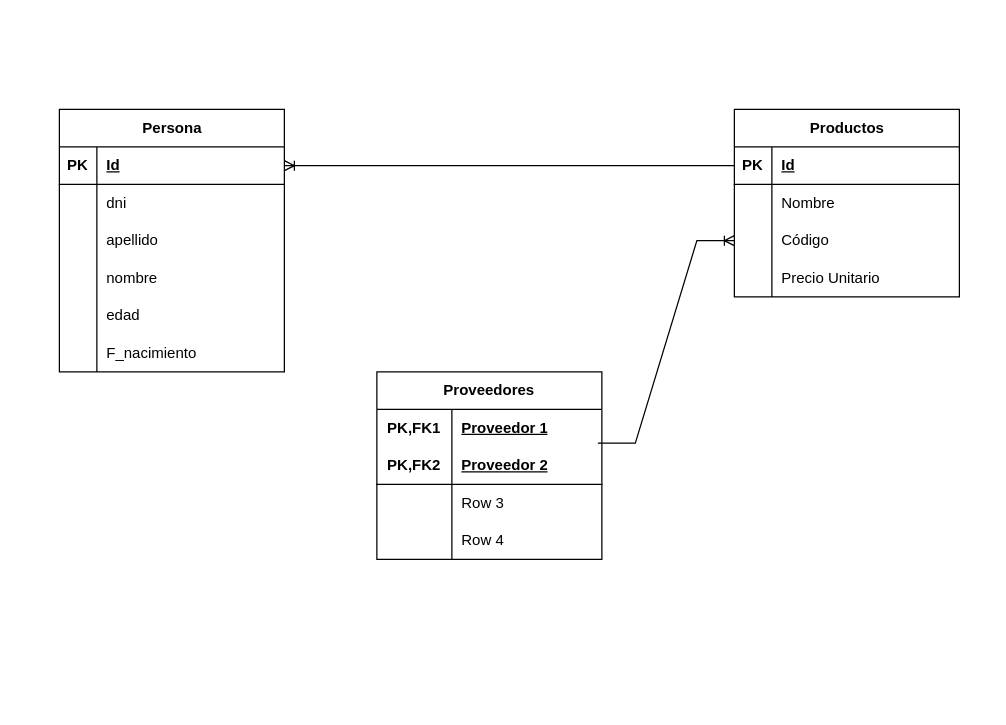
This is Diagrama2.drawio from MateoBorrero8/Yo., a draw.io file, before an edit. Source tidied: cells renumbered, new cells numbered last; positions are measured from the earlier drawing's top-left corner, leaving out a move shared by most shapes. Both pictures are drawn from the tidied source at 125%, with x=0, y=0 at pixel (59, 109).
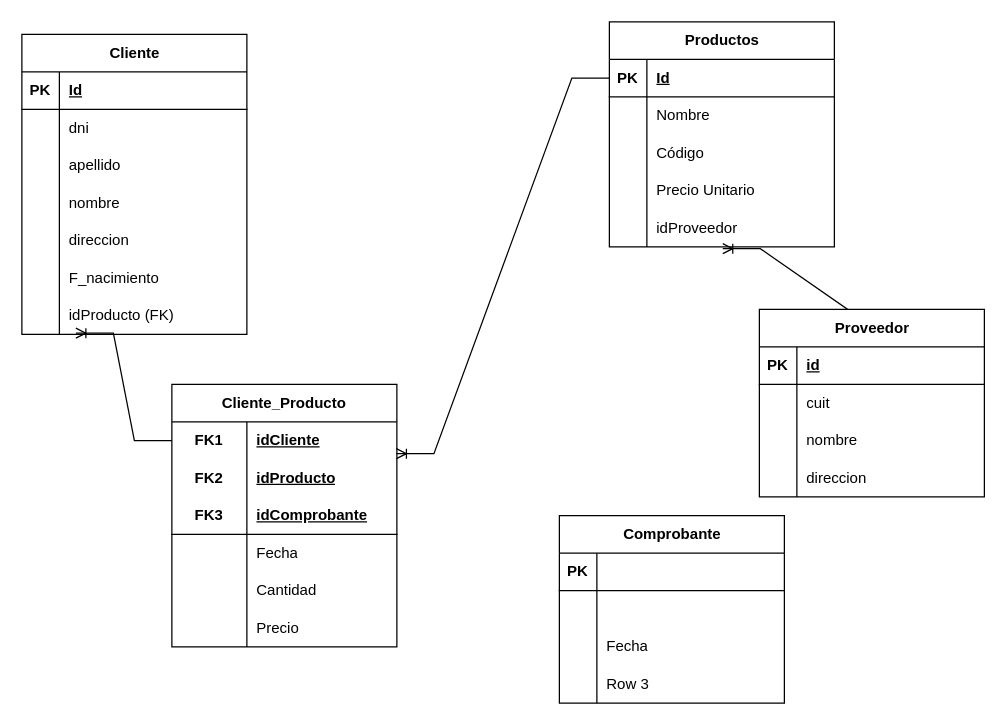
After the change.

Unchanged cells that the change refers to:
```xml
<mxCell id="3" style="shape=tableRow;horizontal=0;startSize=0;swimlaneHead=0;swimlaneBody=0;fillColor=none;points=[[0,0.5],[1,0.5]];portConstraint=eastwest;top=0;left=0;right=0;bottom=1;" parent="2" vertex="1">
  <mxGeometry y="30" width="180" height="30" as="geometry" />
</mxCell>
<mxCell id="15" style="shape=tableRow;horizontal=0;startSize=0;swimlaneHead=0;swimlaneBody=0;fillColor=none;top=0;left=0;right=0;bottom=0;" parent="2" vertex="1">
  <mxGeometry y="150" width="180" height="30" as="geometry" />
</mxCell>
<mxCell id="35" style="shape=tableRow;horizontal=0;startSize=0;swimlaneHead=0;swimlaneBody=0;fillColor=none;points=[[0,0.5],[1,0.5]];portConstraint=eastwest;top=0;left=0;right=0;bottom=1;" parent="34" vertex="1">
  <mxGeometry y="30" width="180" height="30" as="geometry" />
</mxCell>
<mxCell id="41" style="shape=tableRow;horizontal=0;startSize=0;swimlaneHead=0;swimlaneBody=0;fillColor=none;points=[[0,0.5],[1,0.5]];portConstraint=eastwest;top=0;left=0;right=0;bottom=0;" parent="34" vertex="1">
  <mxGeometry y="90" width="180" height="30" as="geometry" />
</mxCell>
```

Change to the diagram source:
```diff
@@
-    <mxCell id="2" value="Persona" style="shape=table;startSize=30;childLayout=tableLayout;rowLines=0;fontStyle=1;align=center;html=1;" parent="1" vertex="1">
-      <mxGeometry width="180" height="210" as="geometry" />
+    <mxCell id="2" value="Cliente" style="shape=table;startSize=30;childLayout=tableLayout;rowLines=0;fontStyle=1;align=center;html=1;" parent="1" vertex="1">
+      <mxGeometry x="-30" y="-60" width="180" height="240" as="geometry" />
     </mxCell>
@@
-    <mxCell id="17" value="edad" style="shape=partialRectangle;fillColor=none;top=0;left=0;bottom=0;right=0;align=left;spacingLeft=6;overflow=hidden;whiteSpace=wrap;html=1;" parent="15" vertex="1">
+    <mxCell id="17" value="direccion" style="shape=partialRectangle;fillColor=none;top=0;left=0;bottom=0;right=0;align=left;spacingLeft=6;overflow=hidden;whiteSpace=wrap;html=1;" parent="15" vertex="1">
       <mxGeometry x="30" width="150" height="30" as="geometry" />
     </mxCell>
@@
-    <mxCell id="21" value="Proveedores" style="shape=table;startSize=30;childLayout=tableLayout;rowLines=0;fontStyle=1;align=center;html=1;whiteSpace=wrap;" parent="1" vertex="1">
-      <mxGeometry x="254" y="210" width="180" height="150" as="geometry" />
-    </mxCell>
-    <mxCell id="22" style="shape=tableRow;horizontal=0;startSize=0;swimlaneHead=0;swimlaneBody=0;fillColor=none;points=[[0,0.5],[1,0.5]];portConstraint=eastwest;top=0;left=0;right=0;bottom=0;html=1;" parent="21" vertex="1">
-      <mxGeometry y="30" width="180" height="30" as="geometry" />
-    </mxCell>
-    <mxCell id="23" value="PK,FK1" style="shape=partialRectangle;fillColor=none;top=0;left=0;bottom=0;right=0;fontStyle=1;overflow=hidden;html=1;whiteSpace=wrap;" parent="22" vertex="1">
-      <mxGeometry width="60" height="30" as="geometry" />
-    </mxCell>
-    <mxCell id="24" value="Proveedor 1" style="shape=partialRectangle;fillColor=none;top=0;left=0;bottom=0;right=0;align=left;spacingLeft=6;fontStyle=5;overflow=hidden;html=1;whiteSpace=wrap;" parent="22" vertex="1">
-      <mxGeometry x="60" width="120" height="30" as="geometry" />
-    </mxCell>
-    <mxCell id="25" style="shape=tableRow;horizontal=0;startSize=0;swimlaneHead=0;swimlaneBody=0;fillColor=none;top=0;left=0;right=0;bottom=1;html=1;" parent="21" vertex="1">
-      <mxGeometry y="60" width="180" height="30" as="geometry" />
-    </mxCell>
-    <mxCell id="26" value="PK,FK2" style="shape=partialRectangle;fillColor=none;top=0;left=0;bottom=0;right=0;fontStyle=1;overflow=hidden;html=1;whiteSpace=wrap;" parent="25" vertex="1">
-      <mxGeometry width="60" height="30" as="geometry" />
-    </mxCell>
-    <mxCell id="27" value="Proveedor 2" style="shape=partialRectangle;fillColor=none;top=0;left=0;bottom=0;right=0;align=left;spacingLeft=6;fontStyle=5;overflow=hidden;html=1;whiteSpace=wrap;" parent="25" vertex="1">
-      <mxGeometry x="60" width="120" height="30" as="geometry" />
-    </mxCell>
-    <mxCell id="28" style="shape=tableRow;horizontal=0;startSize=0;swimlaneHead=0;swimlaneBody=0;fillColor=none;top=0;left=0;right=0;bottom=0;html=1;" parent="21" vertex="1">
-      <mxGeometry y="90" width="180" height="30" as="geometry" />
-    </mxCell>
-    <mxCell id="29" style="shape=partialRectangle;fillColor=none;top=0;left=0;bottom=0;right=0;overflow=hidden;html=1;whiteSpace=wrap;" parent="28" vertex="1">
-      <mxGeometry width="60" height="30" as="geometry" />
-    </mxCell>
-    <mxCell id="30" value="Row 3" style="shape=partialRectangle;fillColor=none;top=0;left=0;bottom=0;right=0;align=left;spacingLeft=6;overflow=hidden;html=1;whiteSpace=wrap;" parent="28" vertex="1">
-      <mxGeometry x="60" width="120" height="30" as="geometry" />
-    </mxCell>
-    <mxCell id="31" style="shape=tableRow;horizontal=0;startSize=0;swimlaneHead=0;swimlaneBody=0;fillColor=none;top=0;left=0;right=0;bottom=0;html=1;" parent="21" vertex="1">
-      <mxGeometry y="120" width="180" height="30" as="geometry" />
-    </mxCell>
-    <mxCell id="32" style="shape=partialRectangle;fillColor=none;top=0;left=0;bottom=0;right=0;overflow=hidden;html=1;whiteSpace=wrap;" parent="31" vertex="1">
-      <mxGeometry width="60" height="30" as="geometry" />
-    </mxCell>
-    <mxCell id="33" value="Row 4" style="shape=partialRectangle;fillColor=none;top=0;left=0;bottom=0;right=0;align=left;spacingLeft=6;overflow=hidden;html=1;whiteSpace=wrap;" parent="31" vertex="1">
-      <mxGeometry x="60" width="120" height="30" as="geometry" />
-    </mxCell>
+    <mxCell id="49" style="shape=tableRow;horizontal=0;startSize=0;swimlaneHead=0;swimlaneBody=0;fillColor=none;points=[[0,0.5],[1,0.5]];portConstraint=eastwest;top=0;left=0;right=0;bottom=0;" parent="2" vertex="1">
+      <mxGeometry y="210" width="180" height="30" as="geometry" />
+    </mxCell>
+    <mxCell id="50" style="shape=partialRectangle;fillColor=none;top=0;left=0;bottom=0;right=0;overflow=hidden;whiteSpace=wrap;html=1;" parent="49" vertex="1">
+      <mxGeometry width="30" height="30" as="geometry" />
+    </mxCell>
+    <mxCell id="51" value="idProducto (FK)" style="shape=partialRectangle;fillColor=none;top=0;left=0;bottom=0;right=0;align=left;spacingLeft=6;overflow=hidden;whiteSpace=wrap;html=1;" parent="49" vertex="1">
+      <mxGeometry x="30" width="150" height="30" as="geometry" />
+    </mxCell>
     <mxCell id="34" value="Productos" style="shape=table;startSize=30;childLayout=tableLayout;rowLines=0;fontStyle=1;align=center;html=1;" parent="1" vertex="1">
-      <mxGeometry x="540" width="180" height="150" as="geometry" />
+      <mxGeometry x="440" y="-70" width="180" height="180" as="geometry" />
     </mxCell>
@@
+    <mxCell id="52" style="shape=tableRow;horizontal=0;startSize=0;swimlaneHead=0;swimlaneBody=0;fillColor=none;points=[[0,0.5],[1,0.5]];portConstraint=eastwest;top=0;left=0;right=0;bottom=0;" parent="34" vertex="1">
+      <mxGeometry y="150" width="180" height="30" as="geometry" />
+    </mxCell>
+    <mxCell id="53" style="shape=partialRectangle;fillColor=none;top=0;left=0;bottom=0;right=0;overflow=hidden;whiteSpace=wrap;html=1;" parent="52" vertex="1">
+      <mxGeometry width="30" height="30" as="geometry" />
+    </mxCell>
+    <mxCell id="54" value="idProveedor" style="shape=partialRectangle;fillColor=none;top=0;left=0;bottom=0;right=0;align=left;spacingLeft=6;overflow=hidden;whiteSpace=wrap;html=1;" parent="52" vertex="1">
+      <mxGeometry x="30" width="150" height="30" as="geometry" />
+    </mxCell>
-    <mxCell id="47" style="edgeStyle=entityRelationEdgeStyle;fontSize=12;html=1;endArrow=ERoneToMany;rounded=0;entryX=1;entryY=0.5;entryDx=0;entryDy=0;exitX=0;exitY=0.5;exitDx=0;exitDy=0;" parent="1" edge="1" source="35" target="3">
+    <mxCell id="47" style="edgeStyle=entityRelationEdgeStyle;fontSize=12;html=1;endArrow=ERoneToMany;rounded=0;entryX=0.998;entryY=0.847;entryDx=0;entryDy=0;exitX=0;exitY=0.5;exitDx=0;exitDy=0;entryPerimeter=0;" parent="1" edge="1" source="35" target="22">
       <mxGeometry relative="1" as="geometry" />
     </mxCell>
-    <mxCell id="48" style="edgeStyle=entityRelationEdgeStyle;fontSize=12;html=1;endArrow=ERoneToMany;rounded=0;exitX=0.982;exitY=0.9;exitDx=0;exitDy=0;exitPerimeter=0;entryX=0;entryY=0.5;entryDx=0;entryDy=0;" parent="1" edge="1" source="22" target="41">
+    <mxCell id="48" style="edgeStyle=entityRelationEdgeStyle;fontSize=12;html=1;endArrow=ERoneToMany;rounded=0;exitX=0.589;exitY=0.025;exitDx=0;exitDy=0;exitPerimeter=0;entryX=0.504;entryY=1.047;entryDx=0;entryDy=0;entryPerimeter=0;" parent="1" edge="1" source="55" target="52">
       <mxGeometry relative="1" as="geometry" />
     </mxCell>
+    <mxCell id="55" value="Proveedor" style="shape=table;startSize=30;childLayout=tableLayout;rowLines=0;fontStyle=1;align=center;html=1;" parent="1" vertex="1">
+      <mxGeometry x="560" y="160" width="180" height="150" as="geometry" />
+    </mxCell>
+    <mxCell id="56" style="shape=tableRow;horizontal=0;startSize=0;swimlaneHead=0;swimlaneBody=0;fillColor=none;top=0;left=0;right=0;bottom=1;" parent="55" vertex="1">
+      <mxGeometry y="30" width="180" height="30" as="geometry" />
+    </mxCell>
+    <mxCell id="57" value="PK" style="shape=partialRectangle;fillColor=none;top=0;left=0;bottom=0;right=0;fontStyle=1;overflow=hidden;whiteSpace=wrap;html=1;" parent="56" vertex="1">
+      <mxGeometry width="30" height="30" as="geometry" />
+    </mxCell>
+    <mxCell id="58" value="id" style="shape=partialRectangle;fillColor=none;top=0;left=0;bottom=0;right=0;align=left;spacingLeft=6;fontStyle=5;overflow=hidden;whiteSpace=wrap;html=1;" parent="56" vertex="1">
+      <mxGeometry x="30" width="150" height="30" as="geometry" />
+    </mxCell>
+    <mxCell id="59" style="shape=tableRow;horizontal=0;startSize=0;swimlaneHead=0;swimlaneBody=0;fillColor=none;top=0;left=0;right=0;bottom=0;" parent="55" vertex="1">
+      <mxGeometry y="60" width="180" height="30" as="geometry" />
+    </mxCell>
+    <mxCell id="60" style="shape=partialRectangle;fillColor=none;top=0;left=0;bottom=0;right=0;overflow=hidden;whiteSpace=wrap;html=1;" parent="59" vertex="1">
+      <mxGeometry width="30" height="30" as="geometry" />
+    </mxCell>
+    <mxCell id="61" value="cuit" style="shape=partialRectangle;fillColor=none;top=0;left=0;bottom=0;right=0;align=left;spacingLeft=6;overflow=hidden;whiteSpace=wrap;html=1;" parent="59" vertex="1">
+      <mxGeometry x="30" width="150" height="30" as="geometry" />
+    </mxCell>
+    <mxCell id="62" style="shape=tableRow;horizontal=0;startSize=0;swimlaneHead=0;swimlaneBody=0;fillColor=none;top=0;left=0;right=0;bottom=0;" parent="55" vertex="1">
+      <mxGeometry y="90" width="180" height="30" as="geometry" />
+    </mxCell>
+    <mxCell id="63" style="shape=partialRectangle;fillColor=none;top=0;left=0;bottom=0;right=0;overflow=hidden;whiteSpace=wrap;html=1;" parent="62" vertex="1">
+      <mxGeometry width="30" height="30" as="geometry" />
+    </mxCell>
+    <mxCell id="64" value="nombre" style="shape=partialRectangle;fillColor=none;top=0;left=0;bottom=0;right=0;align=left;spacingLeft=6;overflow=hidden;whiteSpace=wrap;html=1;" parent="62" vertex="1">
+      <mxGeometry x="30" width="150" height="30" as="geometry" />
+    </mxCell>
+    <mxCell id="65" style="shape=tableRow;horizontal=0;startSize=0;swimlaneHead=0;swimlaneBody=0;fillColor=none;top=0;left=0;right=0;bottom=0;" parent="55" vertex="1">
+      <mxGeometry y="120" width="180" height="30" as="geometry" />
+    </mxCell>
+    <mxCell id="66" style="shape=partialRectangle;fillColor=none;top=0;left=0;bottom=0;right=0;overflow=hidden;whiteSpace=wrap;html=1;" parent="65" vertex="1">
+      <mxGeometry width="30" height="30" as="geometry" />
+    </mxCell>
+    <mxCell id="67" value="direccion" style="shape=partialRectangle;fillColor=none;top=0;left=0;bottom=0;right=0;align=left;spacingLeft=6;overflow=hidden;whiteSpace=wrap;html=1;" parent="65" vertex="1">
+      <mxGeometry x="30" width="150" height="30" as="geometry" />
+    </mxCell>
+    <mxCell id="68" value="Cliente_Producto" style="shape=table;startSize=30;childLayout=tableLayout;rowLines=0;fontStyle=1;align=center;html=1;whiteSpace=wrap;" parent="1" vertex="1">
+      <mxGeometry x="90" y="220" width="180" height="210" as="geometry" />
+    </mxCell>
+    <mxCell id="22" style="shape=tableRow;horizontal=0;startSize=0;swimlaneHead=0;swimlaneBody=0;fillColor=none;points=[[0,0.5],[1,0.5]];portConstraint=eastwest;top=0;left=0;right=0;bottom=0;html=1;" parent="68" vertex="1">
+      <mxGeometry y="30" width="180" height="30" as="geometry" />
+    </mxCell>
+    <mxCell id="69" value="FK1" style="shape=partialRectangle;fillColor=none;top=0;left=0;bottom=0;right=0;fontStyle=1;overflow=hidden;html=1;whiteSpace=wrap;" parent="22" vertex="1">
+      <mxGeometry width="60" height="30" as="geometry" />
+    </mxCell>
+    <mxCell id="70" value="idCliente" style="shape=partialRectangle;fillColor=none;top=0;left=0;bottom=0;right=0;align=left;spacingLeft=6;fontStyle=5;overflow=hidden;html=1;whiteSpace=wrap;" parent="22" vertex="1">
+      <mxGeometry x="60" width="120" height="30" as="geometry" />
+    </mxCell>
+    <mxCell id="71" style="shape=tableRow;horizontal=0;startSize=0;swimlaneHead=0;swimlaneBody=0;fillColor=none;top=0;left=0;right=0;bottom=0;html=1;" parent="68" vertex="1">
+      <mxGeometry y="60" width="180" height="30" as="geometry" />
+    </mxCell>
+    <mxCell id="72" value="FK2" style="shape=partialRectangle;fillColor=none;top=0;left=0;bottom=0;right=0;fontStyle=1;overflow=hidden;html=1;whiteSpace=wrap;" parent="71" vertex="1">
+      <mxGeometry width="60" height="30" as="geometry" />
+    </mxCell>
+    <mxCell id="73" value="idProducto" style="shape=partialRectangle;fillColor=none;top=0;left=0;bottom=0;right=0;align=left;spacingLeft=6;fontStyle=5;overflow=hidden;html=1;whiteSpace=wrap;" parent="71" vertex="1">
+      <mxGeometry x="60" width="120" height="30" as="geometry" />
+    </mxCell>
+    <mxCell id="74" style="shape=tableRow;horizontal=0;startSize=0;swimlaneHead=0;swimlaneBody=0;fillColor=none;top=0;left=0;right=0;bottom=1;html=1;" parent="68" vertex="1">
+      <mxGeometry y="90" width="180" height="30" as="geometry" />
+    </mxCell>
+    <mxCell id="75" value="FK3" style="shape=partialRectangle;fillColor=none;top=0;left=0;bottom=0;right=0;fontStyle=1;overflow=hidden;html=1;whiteSpace=wrap;" parent="74" vertex="1">
+      <mxGeometry width="60" height="30" as="geometry" />
+    </mxCell>
+    <mxCell id="76" value="idComprobante" style="shape=partialRectangle;fillColor=none;top=0;left=0;bottom=0;right=0;align=left;spacingLeft=6;fontStyle=5;overflow=hidden;html=1;whiteSpace=wrap;" parent="74" vertex="1">
+      <mxGeometry x="60" width="120" height="30" as="geometry" />
+    </mxCell>
+    <mxCell id="31" style="shape=tableRow;horizontal=0;startSize=0;swimlaneHead=0;swimlaneBody=0;fillColor=none;top=0;left=0;right=0;bottom=0;html=1;" parent="68" vertex="1">
+      <mxGeometry y="120" width="180" height="30" as="geometry" />
+    </mxCell>
+    <mxCell id="77" style="shape=partialRectangle;fillColor=none;top=0;left=0;bottom=0;right=0;overflow=hidden;html=1;whiteSpace=wrap;" parent="31" vertex="1">
+      <mxGeometry width="60" height="30" as="geometry" />
+    </mxCell>
+    <mxCell id="78" value="Fecha" style="shape=partialRectangle;fillColor=none;top=0;left=0;bottom=0;right=0;align=left;spacingLeft=6;overflow=hidden;html=1;whiteSpace=wrap;" parent="31" vertex="1">
+      <mxGeometry x="60" width="120" height="30" as="geometry" />
+    </mxCell>
+    <mxCell id="79" style="shape=tableRow;horizontal=0;startSize=0;swimlaneHead=0;swimlaneBody=0;fillColor=none;top=0;left=0;right=0;bottom=0;html=1;" parent="68" vertex="1">
+      <mxGeometry y="150" width="180" height="30" as="geometry" />
+    </mxCell>
+    <mxCell id="80" style="shape=partialRectangle;fillColor=none;top=0;left=0;bottom=0;right=0;overflow=hidden;html=1;whiteSpace=wrap;" parent="79" vertex="1">
+      <mxGeometry width="60" height="30" as="geometry" />
+    </mxCell>
+    <mxCell id="81" value="Cantidad" style="shape=partialRectangle;fillColor=none;top=0;left=0;bottom=0;right=0;align=left;spacingLeft=6;overflow=hidden;html=1;whiteSpace=wrap;" parent="79" vertex="1">
+      <mxGeometry x="60" width="120" height="30" as="geometry" />
+    </mxCell>
+    <mxCell id="82" style="shape=tableRow;horizontal=0;startSize=0;swimlaneHead=0;swimlaneBody=0;fillColor=none;top=0;left=0;right=0;bottom=0;html=1;" parent="68" vertex="1">
+      <mxGeometry y="180" width="180" height="30" as="geometry" />
+    </mxCell>
+    <mxCell id="83" style="shape=partialRectangle;fillColor=none;top=0;left=0;bottom=0;right=0;overflow=hidden;html=1;whiteSpace=wrap;" parent="82" vertex="1">
+      <mxGeometry width="60" height="30" as="geometry" />
+    </mxCell>
+    <mxCell id="84" value="Precio" style="shape=partialRectangle;fillColor=none;top=0;left=0;bottom=0;right=0;align=left;spacingLeft=6;overflow=hidden;html=1;whiteSpace=wrap;" parent="82" vertex="1">
+      <mxGeometry x="60" width="120" height="30" as="geometry" />
+    </mxCell>
+    <mxCell id="85" style="edgeStyle=entityRelationEdgeStyle;fontSize=12;html=1;endArrow=ERoneToMany;rounded=0;entryX=0.24;entryY=0.967;entryDx=0;entryDy=0;entryPerimeter=0;exitX=0;exitY=0.5;exitDx=0;exitDy=0;" parent="1" edge="1" source="22" target="49">
+      <mxGeometry relative="1" as="geometry" />
+    </mxCell>
+    <mxCell id="86" value="Comprobante" style="shape=table;startSize=30;childLayout=tableLayout;rowLines=0;fontStyle=1;align=center;html=1;" parent="1" vertex="1">
+      <mxGeometry x="400" y="325" width="180" height="150" as="geometry" />
+    </mxCell>
+    <mxCell id="87" style="shape=tableRow;horizontal=0;startSize=0;swimlaneHead=0;swimlaneBody=0;fillColor=none;top=0;left=0;right=0;bottom=1;" parent="86" vertex="1">
+      <mxGeometry y="30" width="180" height="30" as="geometry" />
+    </mxCell>
+    <mxCell id="88" value="PK" style="shape=partialRectangle;fillColor=none;top=0;left=0;bottom=0;right=0;fontStyle=1;overflow=hidden;whiteSpace=wrap;html=1;" parent="87" vertex="1">
+      <mxGeometry width="30" height="30" as="geometry" />
+    </mxCell>
+    <mxCell id="89" style="shape=partialRectangle;fillColor=none;top=0;left=0;bottom=0;right=0;align=left;spacingLeft=6;fontStyle=5;overflow=hidden;whiteSpace=wrap;html=1;" parent="87" vertex="1">
+      <mxGeometry x="30" width="150" height="30" as="geometry" />
+    </mxCell>
+    <mxCell id="90" style="shape=tableRow;horizontal=0;startSize=0;swimlaneHead=0;swimlaneBody=0;fillColor=none;top=0;left=0;right=0;bottom=0;" parent="86" vertex="1">
+      <mxGeometry y="60" width="180" height="30" as="geometry" />
+    </mxCell>
+    <mxCell id="91" style="shape=partialRectangle;fillColor=none;top=0;left=0;bottom=0;right=0;overflow=hidden;whiteSpace=wrap;html=1;" parent="90" vertex="1">
+      <mxGeometry width="30" height="30" as="geometry" />
+    </mxCell>
+    <mxCell id="92" style="shape=partialRectangle;fillColor=none;top=0;left=0;bottom=0;right=0;align=left;spacingLeft=6;overflow=hidden;whiteSpace=wrap;html=1;" parent="90" vertex="1">
+      <mxGeometry x="30" width="150" height="30" as="geometry" />
+    </mxCell>
+    <mxCell id="93" style="shape=tableRow;horizontal=0;startSize=0;swimlaneHead=0;swimlaneBody=0;fillColor=none;top=0;left=0;right=0;bottom=0;" parent="86" vertex="1">
+      <mxGeometry y="90" width="180" height="30" as="geometry" />
+    </mxCell>
+    <mxCell id="94" style="shape=partialRectangle;fillColor=none;top=0;left=0;bottom=0;right=0;overflow=hidden;whiteSpace=wrap;html=1;" parent="93" vertex="1">
+      <mxGeometry width="30" height="30" as="geometry" />
+    </mxCell>
+    <mxCell id="95" value="Fecha" style="shape=partialRectangle;fillColor=none;top=0;left=0;bottom=0;right=0;align=left;spacingLeft=6;overflow=hidden;whiteSpace=wrap;html=1;" parent="93" vertex="1">
+      <mxGeometry x="30" width="150" height="30" as="geometry" />
+    </mxCell>
+    <mxCell id="96" style="shape=tableRow;horizontal=0;startSize=0;swimlaneHead=0;swimlaneBody=0;fillColor=none;top=0;left=0;right=0;bottom=0;" parent="86" vertex="1">
+      <mxGeometry y="120" width="180" height="30" as="geometry" />
+    </mxCell>
+    <mxCell id="97" style="shape=partialRectangle;fillColor=none;top=0;left=0;bottom=0;right=0;overflow=hidden;whiteSpace=wrap;html=1;" parent="96" vertex="1">
+      <mxGeometry width="30" height="30" as="geometry" />
+    </mxCell>
+    <mxCell id="30" value="Row 3" style="shape=partialRectangle;fillColor=none;top=0;left=0;bottom=0;right=0;align=left;spacingLeft=6;overflow=hidden;whiteSpace=wrap;html=1;" parent="96" vertex="1">
+      <mxGeometry x="30" width="150" height="30" as="geometry" />
+    </mxCell>
```
